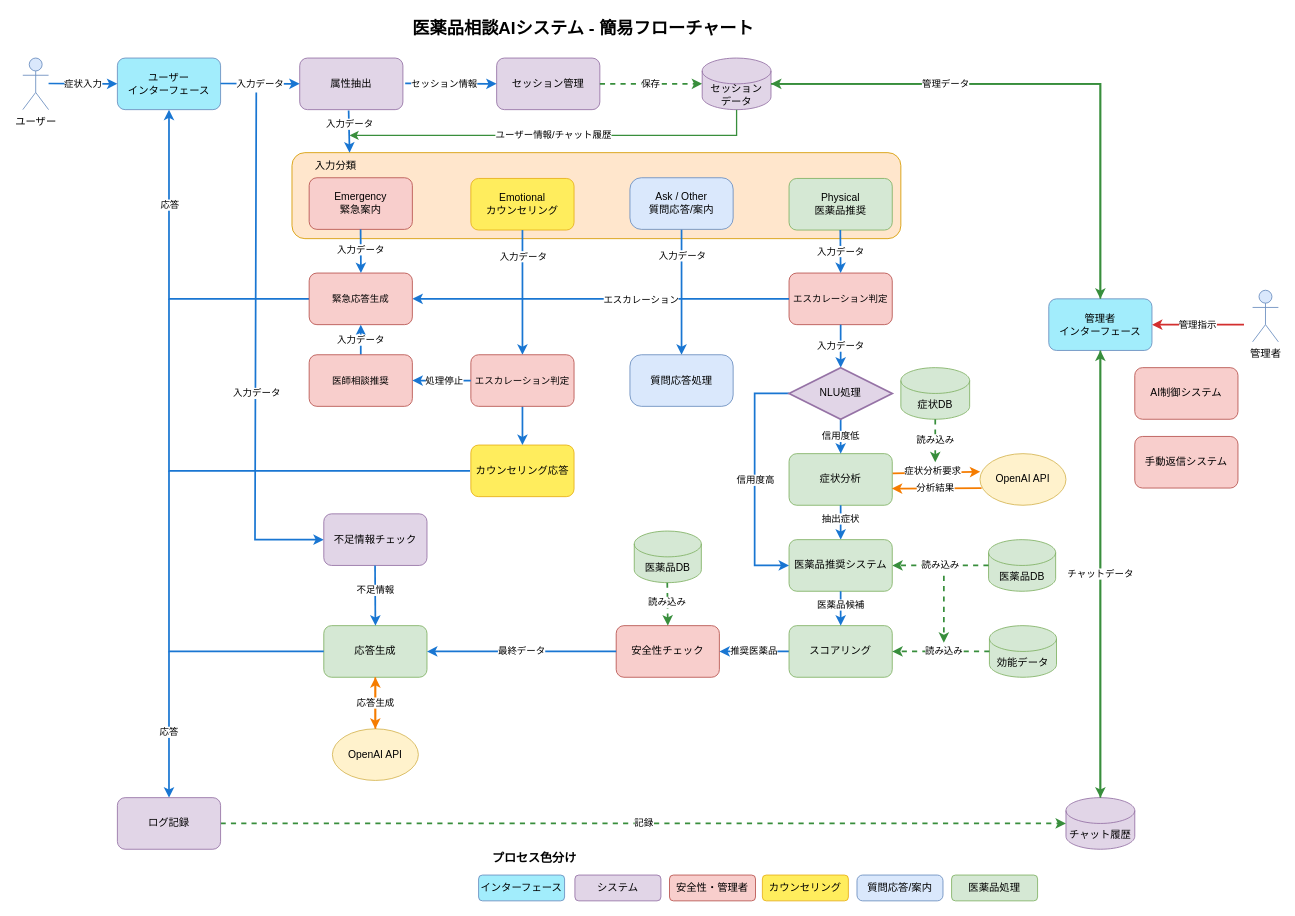
The draw.io diagram docs/drowio/flowchart.drawio in 32Lwk/medicine-recommend-system, before the edit. Source tidied: cells renumbered, new cells numbered last; positions are measured from the earlier drawing's top-left corner, leaving out a move shared by most shapes. Both pictures are drawn from the tidied source at 86%, with x=0, y=0 at pixel (22, 15).
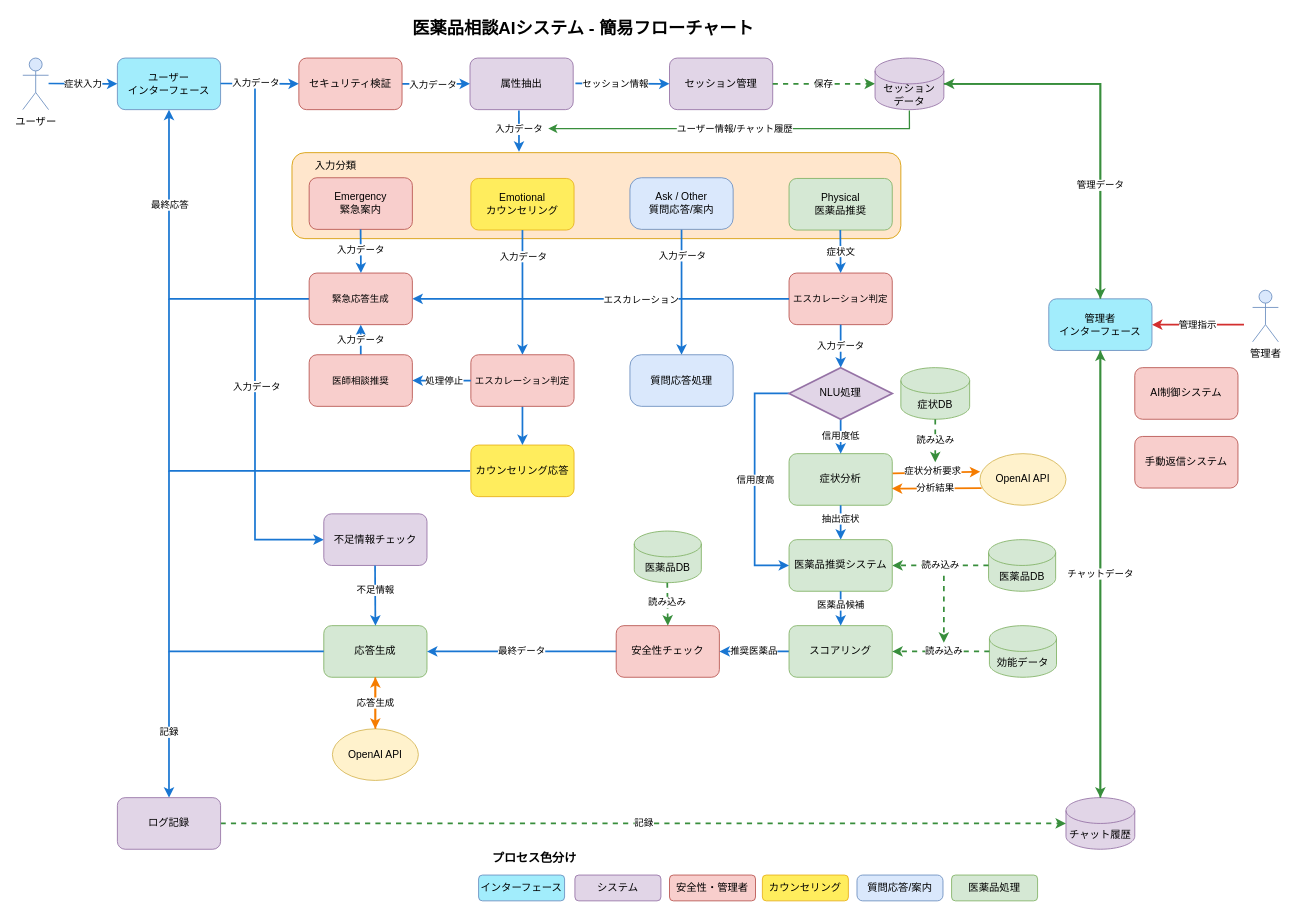
The same diagram, later.

Unchanged cells that the change refers to:
```xml
<mxCell id="18" value="&lt;font style=&quot;font-size: 11px;&quot;&gt;エスカレーション判定&lt;/font&gt;" style="rounded=1;whiteSpace=wrap;html=1;fillColor=#f8cecc;strokeColor=#b85450;" parent="1" vertex="1">
  <mxGeometry x="891" y="300" width="120" height="60" as="geometry" />
</mxCell>
<mxCell id="45" value="管理者&lt;div&gt;インターフェース&lt;/div&gt;" style="rounded=1;whiteSpace=wrap;html=1;fillColor=#A2EDFC;strokeColor=#6c8ebf;" parent="1" vertex="1">
  <mxGeometry x="1193" y="330" width="120" height="60" as="geometry" />
</mxCell>
<mxCell id="49" value="ログ記録" style="rounded=1;whiteSpace=wrap;html=1;fillColor=#e1d5e7;strokeColor=#9673a6;" parent="1" vertex="1">
  <mxGeometry x="110" y="910" width="120" height="60" as="geometry" />
</mxCell>
<mxCell id="63" style="edgeStyle=orthogonalEdgeStyle;rounded=0;jettySize=auto;html=1;strokeColor=#1976d2;strokeWidth=2;" parent="1" edge="1" source="65" target="11">
  <mxGeometry relative="1" as="geometry">
    <Array as="points">
      <mxPoint x="170" y="330" />
    </Array>
  </mxGeometry>
</mxCell>
<mxCell id="86" value="不足情報チェック" style="rounded=1;whiteSpace=wrap;html=1;fillColor=#e1d5e7;strokeColor=#9673a6;" parent="1" vertex="1">
  <mxGeometry x="350" y="580" width="120" height="60" as="geometry" />
</mxCell>
```

The edit, as a diff of the source:
```diff
@@
     <mxCell id="12" value="セッション管理" style="rounded=1;whiteSpace=wrap;html=1;fillColor=#e1d5e7;strokeColor=#9673a6;" parent="1" vertex="1">
-      <mxGeometry x="551" y="50" width="120" height="60" as="geometry" />
+      <mxGeometry x="752" y="50" width="120" height="60" as="geometry" />
     </mxCell>
     <mxCell id="13" value="属性抽出" style="rounded=1;whiteSpace=wrap;html=1;fillColor=#e1d5e7;strokeColor=#9673a6;" parent="1" vertex="1">
-      <mxGeometry x="322" y="50" width="120" height="60" as="geometry" />
+      <mxGeometry x="520" y="50" width="120" height="60" as="geometry" />
     </mxCell>
@@
     <mxCell id="32" value="セッション&lt;div&gt;データ&lt;/div&gt;" style="shape=cylinder3;whiteSpace=wrap;html=1;boundedLbl=1;backgroundOutline=1;size=15;fillColor=#e1d5e7;strokeColor=#9673a6;" parent="1" vertex="1">
-      <mxGeometry x="790" y="50" width="80" height="60" as="geometry" />
+      <mxGeometry x="991" y="50" width="80" height="60" as="geometry" />
     </mxCell>
-    <mxCell id="33" style="edgeStyle=orthogonalEdgeStyle;rounded=0;jettySize=auto;html=1;strokeColor=#388E3C;exitX=0.5;exitY=1;exitDx=0;exitDy=0;exitPerimeter=0;strokeWidth=1.5;" parent="1" edge="1" source="32">
+    <mxCell id="33" style="edgeStyle=orthogonalEdgeStyle;rounded=0;jettySize=auto;html=1;strokeColor=#388E3C;strokeWidth=1.5;exitX=0.499;exitY=1.017;exitDx=0;exitDy=0;exitPerimeter=0;" parent="1" edge="1" source="32">
       <mxGeometry relative="1" as="geometry">
-        <mxPoint x="380" y="140" as="targetPoint" />
+        <mxPoint x="611" y="132" as="targetPoint" />
         <Array as="points">
-          <mxPoint x="830" y="140" />
+          <mxPoint x="1031" y="113" />
+          <mxPoint x="1031" y="113" />
+          <mxPoint x="1031" y="132" />
         </Array>
       </mxGeometry>
     </mxCell>
@@
-    <mxCell id="40" value="応答" style="endArrow=classic;html=1;rounded=0;strokeColor=#1976d2;strokeWidth=2;entryX=0.5;entryY=0;entryDx=0;entryDy=0;" parent="1" edge="1" target="49">
+    <mxCell id="40" value="記録" style="endArrow=classic;html=1;rounded=0;strokeColor=#1976d2;strokeWidth=2;entryX=0.5;entryY=0;entryDx=0;entryDy=0;" parent="1" edge="1" target="49">
       <mxGeometry x="0.11" relative="1" as="geometry">
         <mxPoint x="170" y="740" as="sourcePoint" />
       </mxGeometry>
     </mxCell>
@@
-    <mxCell id="60" value="入力データ" style="endArrow=classic;html=1;rounded=0;strokeColor=#1976d2;strokeWidth=2;entryX=0;entryY=0.5;entryDx=0;entryDy=0;" parent="1" edge="1" target="13">
-      <mxGeometry relative="1" as="geometry">
-        <mxPoint x="230" y="79.6" as="sourcePoint" />
-      </mxGeometry>
-    </mxCell>
     <mxCell id="61" style="endArrow=classic;html=1;rounded=0;strokeColor=#1976d2;strokeWidth=2;exitX=0.474;exitY=1.018;exitDx=0;exitDy=0;exitPerimeter=0;" parent="1" edge="1" source="13">
       <mxGeometry relative="1" as="geometry">
-        <mxPoint x="380" y="160" as="targetPoint" />
+        <mxPoint x="577" y="159" as="targetPoint" />
       </mxGeometry>
     </mxCell>
     <mxCell id="62" value="入力データ" style="edgeLabel;html=1;align=center;verticalAlign=middle;" parent="61" vertex="1">
       <mxGeometry x="-0.39" y="1" relative="1" as="geometry">
-        <mxPoint x="-1" as="offset" />
+        <mxPoint x="-1" y="6" as="offset" />
       </mxGeometry>
     </mxCell>
@@
-    <mxCell id="64" value="応答" style="edgeLabel;html=1;align=center;verticalAlign=middle;" parent="63" vertex="1">
+    <mxCell id="64" value="最終応答" style="edgeLabel;html=1;align=center;verticalAlign=middle;" parent="63" vertex="1">
       <mxGeometry x="-0.64" y="2" relative="1" as="geometry">
         <mxPoint x="-94" y="-112" as="offset" />
       </mxGeometry>
     </mxCell>
@@
-    <mxCell id="72" value="入力データ" style="endArrow=classic;html=1;rounded=0;strokeColor=#1976d2;strokeWidth=2;exitX=0.5;exitY=1;exitDx=0;exitDy=0;entryX=0.5;entryY=0;entryDx=0;entryDy=0;" parent="1" edge="1" target="18">
+    <mxCell id="72" value="症状文" style="endArrow=classic;html=1;rounded=0;strokeColor=#1976d2;strokeWidth=2;exitX=0.5;exitY=1;exitDx=0;exitDy=0;entryX=0.5;entryY=0;entryDx=0;entryDy=0;" parent="1" edge="1" target="18">
       <mxGeometry relative="1" as="geometry">
         <mxPoint x="950.6" y="250" as="sourcePoint" />
       </mxGeometry>
     </mxCell>
@@
-    <mxCell id="84" style="endArrow=classic;html=1;rounded=0;strokeColor=#1976d2;strokeWidth=2;exitX=0.474;exitY=1.018;exitDx=0;exitDy=0;exitPerimeter=0;entryX=0;entryY=0.5;entryDx=0;entryDy=0;" parent="1" edge="1" target="86">
+    <mxCell id="84" style="endArrow=classic;html=1;rounded=0;strokeColor=#1976d2;strokeWidth=2;entryX=0;entryY=0.5;entryDx=0;entryDy=0;" parent="1" edge="1" target="86">
       <mxGeometry relative="1" as="geometry">
-        <mxPoint x="271.5" y="90" as="sourcePoint" />
+        <mxPoint x="270" y="79" as="sourcePoint" />
         <Array as="points">
           <mxPoint x="270" y="610" />
         </Array>
       </mxGeometry>
     </mxCell>
@@
-    <mxCell id="95" style="endArrow=classic;html=1;rounded=0;strokeColor=#388E3C;strokeWidth=2;exitX=0.5;exitY=0;exitDx=0;exitDy=0;entryX=0.5;entryY=0;entryDx=0;entryDy=0;" parent="1" edge="1" source="45">
+    <mxCell id="95" style="endArrow=classic;html=1;rounded=0;strokeColor=#388E3C;strokeWidth=2;exitX=0.5;exitY=0;exitDx=0;exitDy=0;entryX=1;entryY=0.5;entryDx=0;entryDy=0;entryPerimeter=0;" parent="1" edge="1" source="45" target="32">
       <mxGeometry x="-0.36" relative="1" as="geometry">
-        <mxPoint x="870" y="80" as="targetPoint" />
         <Array as="points">
           <mxPoint x="1253" y="80" />
         </Array>
       </mxGeometry>
     </mxCell>
     <mxCell id="96" value="管理データ" style="endArrow=classic;html=1;rounded=0;strokeColor=#388E3C;strokeWidth=2;exitX=1;exitY=0.5;exitDx=0;exitDy=0;exitPerimeter=0;entryX=0.5;entryY=0;entryDx=0;entryDy=0;" parent="1" edge="1" source="32" target="45">
-      <mxGeometry x="-0.36" relative="1" as="geometry">
+      <mxGeometry x="0.39" relative="1" as="geometry">
         <Array as="points">
           <mxPoint x="1253" y="80" />
         </Array>
       </mxGeometry>
     </mxCell>
@@
+    <mxCell id="100" style="endArrow=classic;html=1;rounded=0;strokeColor=#1976d2;strokeWidth=2;entryX=0;entryY=0.5;entryDx=0;entryDy=0;" parent="1" edge="1" source="102" target="13">
+      <mxGeometry relative="1" as="geometry" />
+    </mxCell>
+    <mxCell id="101" value="入力データ" style="edgeLabel;html=1;align=center;verticalAlign=middle;" parent="100" vertex="1">
+      <mxGeometry x="0.14" y="-2" relative="1" as="geometry">
+        <mxPoint x="-10" y="-2" as="offset" />
+      </mxGeometry>
+    </mxCell>
+    <mxCell id="102" value="セキュリティ検証" style="rounded=1;whiteSpace=wrap;html=1;fillColor=#f8cecc;strokeColor=#b85450;fontSize=12;" parent="1" vertex="1">
+      <mxGeometry x="321" y="50" width="120" height="60" as="geometry" />
+    </mxCell>
+    <mxCell id="60" value="入力データ" style="endArrow=classic;html=1;rounded=0;strokeColor=#1976d2;strokeWidth=2;entryX=0;entryY=0.5;entryDx=0;entryDy=0;" parent="1" edge="1" target="102">
+      <mxGeometry x="-0.1" y="1" relative="1" as="geometry">
+        <mxPoint x="230" y="79.6" as="sourcePoint" />
+      </mxGeometry>
+    </mxCell>
```
